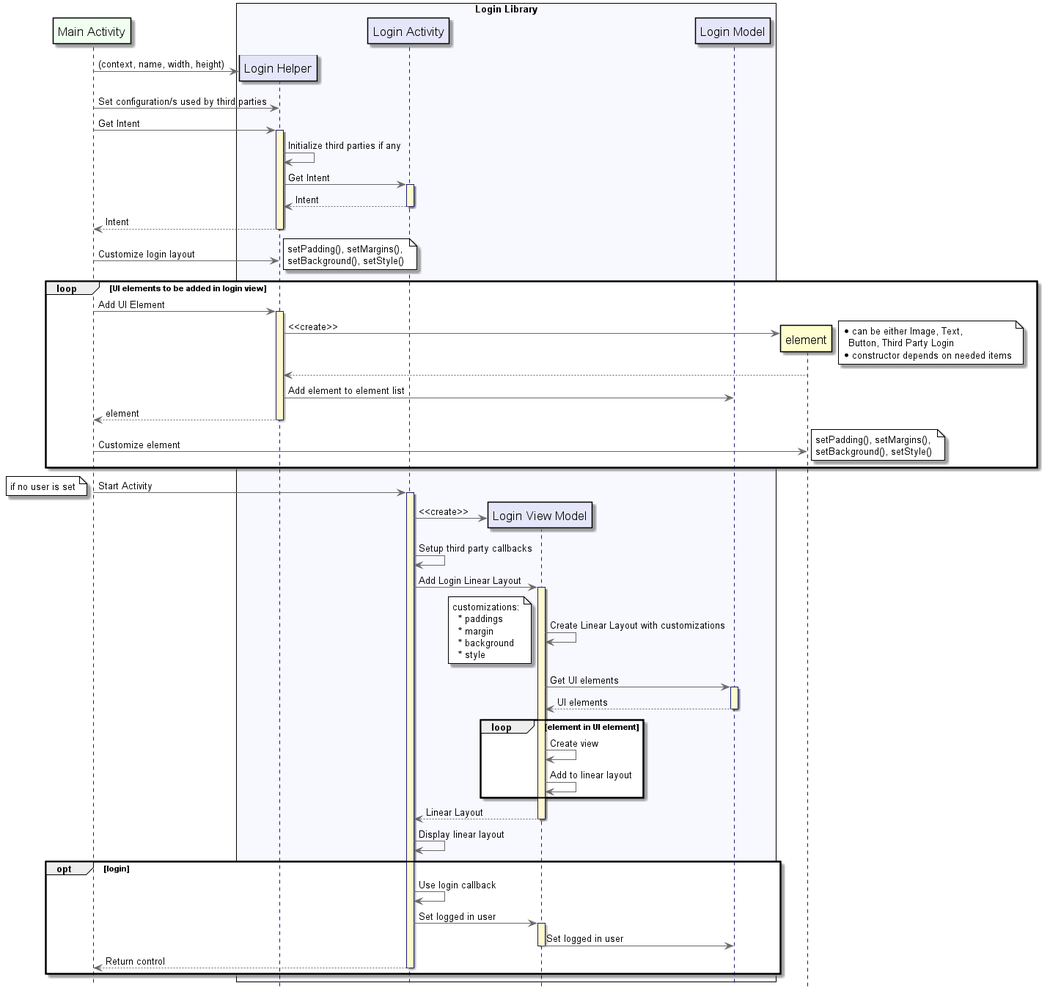
Above: diagram/login_flow.png in fjmdano/LoginLibrary (PlantUML), before the change. The source it was exported from:
```plantuml
@startuml
hide footbox

participant "Main Activity" as Main #HoneyDew
box "Login Library" #GhostWhite
participant "Login Helper" as LoginHelper #Lavender
participant "Login Activity" as LoginActivity #Lavender
participant "Login View Model" as LoginViewModel #Lavender
participant "Login Model" as LoginModel #Lavender
end box

skinparam noteBorderColor black
skinparam sequence {
	ArrowColor DimGray
	ActorBorderColor DeepSkyBlue
	LifeLineBorderColor MidnightBlue
	LifeLineBackgroundColor #LemonChiffon

	ParticipantBorderColor Black
	ParticipantFontSize 17
	ParticipantFontColor Black
	BoxborderColor Black
}

Main -> LoginHelper ** : (context, name, width, height)
Main -> LoginHelper: Set configuration/s used by third parties
Main -> LoginHelper: Get Intent
	activate LoginHelper
	LoginHelper -> LoginHelper: Initialize third parties if any
	LoginHelper -> LoginActivity: Get Intent
		activate LoginActivity
		LoginHelper <-- LoginActivity: Intent
		deactivate LoginActivity
	Main <-- LoginHelper: Intent
	deactivate LoginHelper

Main -> LoginHelper: Customize login layout
note right #white
	setPadding(), setMargins(),
	setBackground(), setStyle()
end note

loop UI elements to be added in login view
	Main -> LoginHelper: Add UI Element
		activate LoginHelper
		LoginHelper -> element**: <<create>>
		note right #white
			* can be either Image, Text,
			  Button, Third Party Login
			* constructor depends on needed items
		end note
		LoginHelper <-- element
		LoginHelper -> LoginModel: Add element to element list
		Main <-- LoginHelper: element
		deactivate LoginHelper

	Main -> element: Customize element
	note right #white
		setPadding(), setMargins(),
		setBackground(), setStyle()
	end note
end loop
Main -> LoginActivity: Start Activity
	note left #white
		if no user is set
	end note
	activate LoginActivity
	LoginActivity -> LoginViewModel**: <<create>>
	LoginActivity -> LoginActivity: Setup third party callbacks
	LoginActivity -> LoginViewModel: Add Login Linear Layout
		activate LoginViewModel
		LoginViewModel -> LoginViewModel: Create Linear Layout with customizations
		note left #white
			customizations:
			  * paddings
			  * margin
			  * background
			  * style
		end note
		LoginViewModel -> LoginModel: Get UI elements
			activate LoginModel
			LoginViewModel <-- LoginModel: UI elements
			deactivate LoginModel
		loop element in UI element
			LoginViewModel -> LoginViewModel: Create view
			LoginViewModel -> LoginViewModel: Add to linear layout
		end loop
		LoginActivity <-- LoginViewModel: Linear Layout
		deactivate LoginViewModel
	LoginActivity -> LoginActivity: Display linear layout

	opt login
		LoginActivity -> LoginActivity: Use login callback
		LoginActivity -> LoginViewModel: Set logged in user
		activate LoginViewModel
			LoginViewModel -> LoginModel: Set logged in user
		deactivate LoginViewModel
		Main <-- LoginActivity: Return control
		deactivate LoginActivity
	end opt

@enduml
```
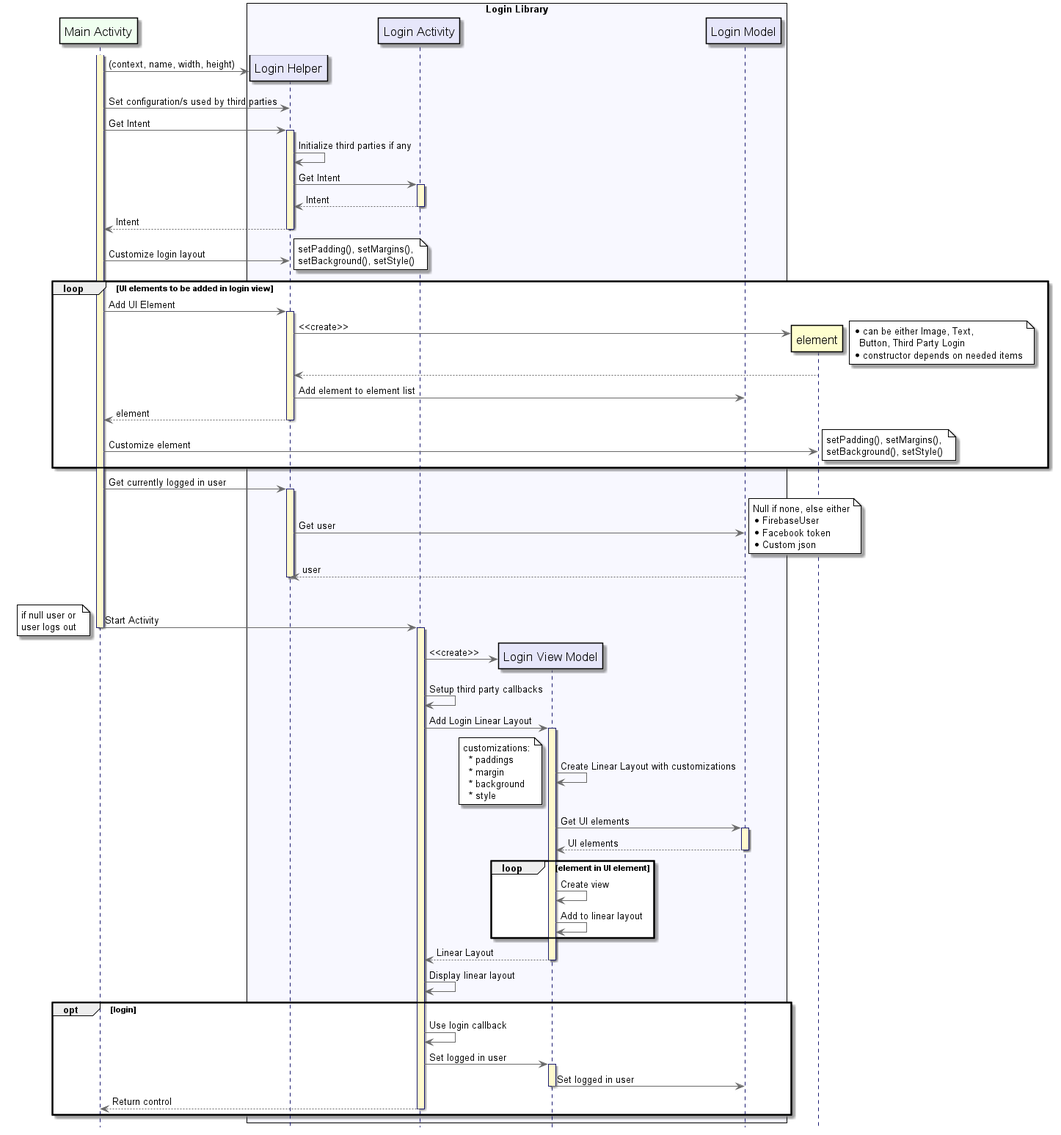
Above is the later version.

Commit message:
Updated sequence diagram

Diff of the diagram source:
```diff
@@ -22,6 +22,7 @@
 	BoxborderColor Black
 }
 
+activate Main
 Main -> LoginHelper ** : (context, name, width, height)
 Main -> LoginHelper: Set configuration/s used by third parties
 Main -> LoginHelper: Get Intent
@@ -60,9 +61,23 @@
 		setBackground(), setStyle()
 	end note
 end loop
+Main -> LoginHelper: Get currently logged in user
+	activate LoginHelper
+	LoginHelper -> LoginModel: Get user
+	note right #white
+		Null if none, else either
+		* FirebaseUser
+		* Facebook token
+		* Custom json
+	end note
+	LoginHelper <-- LoginModel: user
+	deactivate LoginHelper
+opt null user
 Main -> LoginActivity: Start Activity
+deactivate Main
 	note left #white
-		if no user is set
+		if null user or
+		user logs out
 	end note
 	activate LoginActivity
 	LoginActivity -> LoginViewModel**: <<create>>
```
